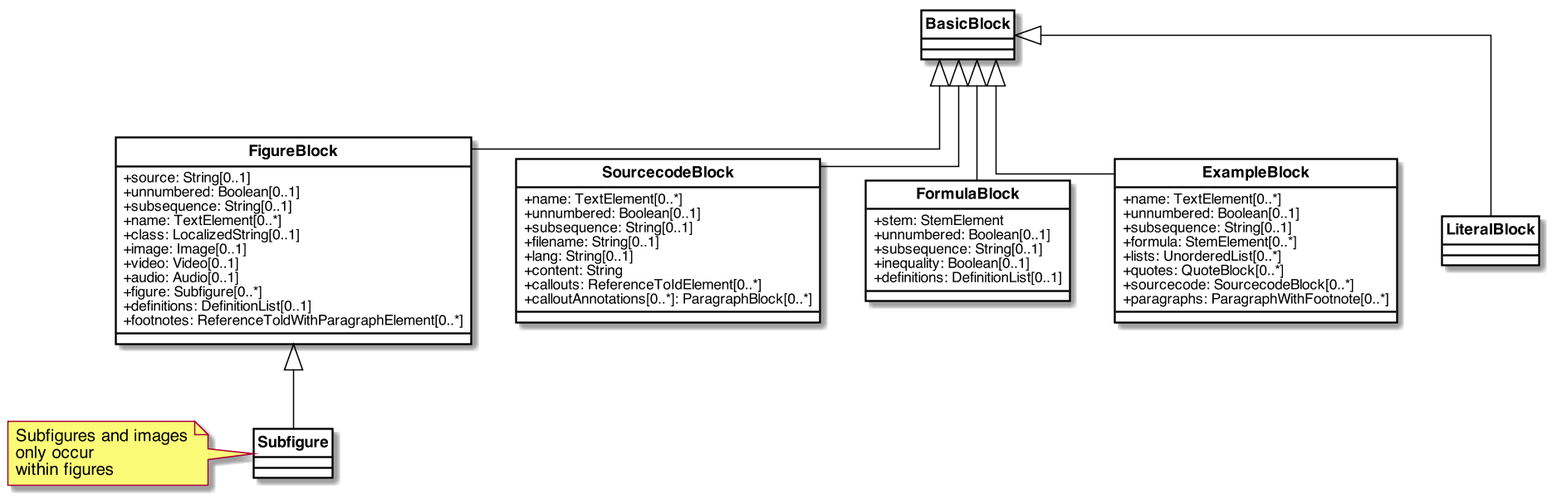
The PlantUML diagram images/AncillaryBlocks.png in metanorma/basicdoc-models, before a commit.
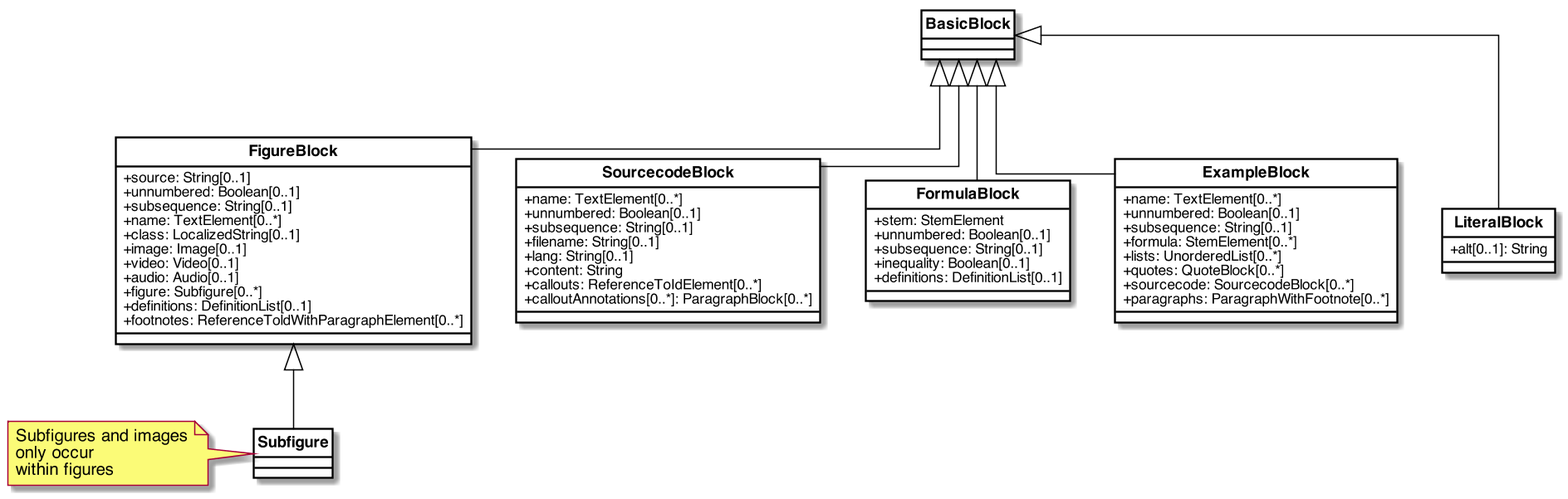
The same file after the commit.

Change to the diagram source:
```diff
@@ -1,4 +1,5 @@
 @startuml AncillaryBlocks
+
 
 
 skinparam Dpi 150
@@ -90,6 +91,10 @@
     +paragraphs: ParagraphWithFootnote[0..*]
 }
 
+class LiteralBlock{
+    +alt[0..1]: String
+}
+
 
 note left of Subfigure : Subfigures and images\nonly occur\nwithin figures
 
```
